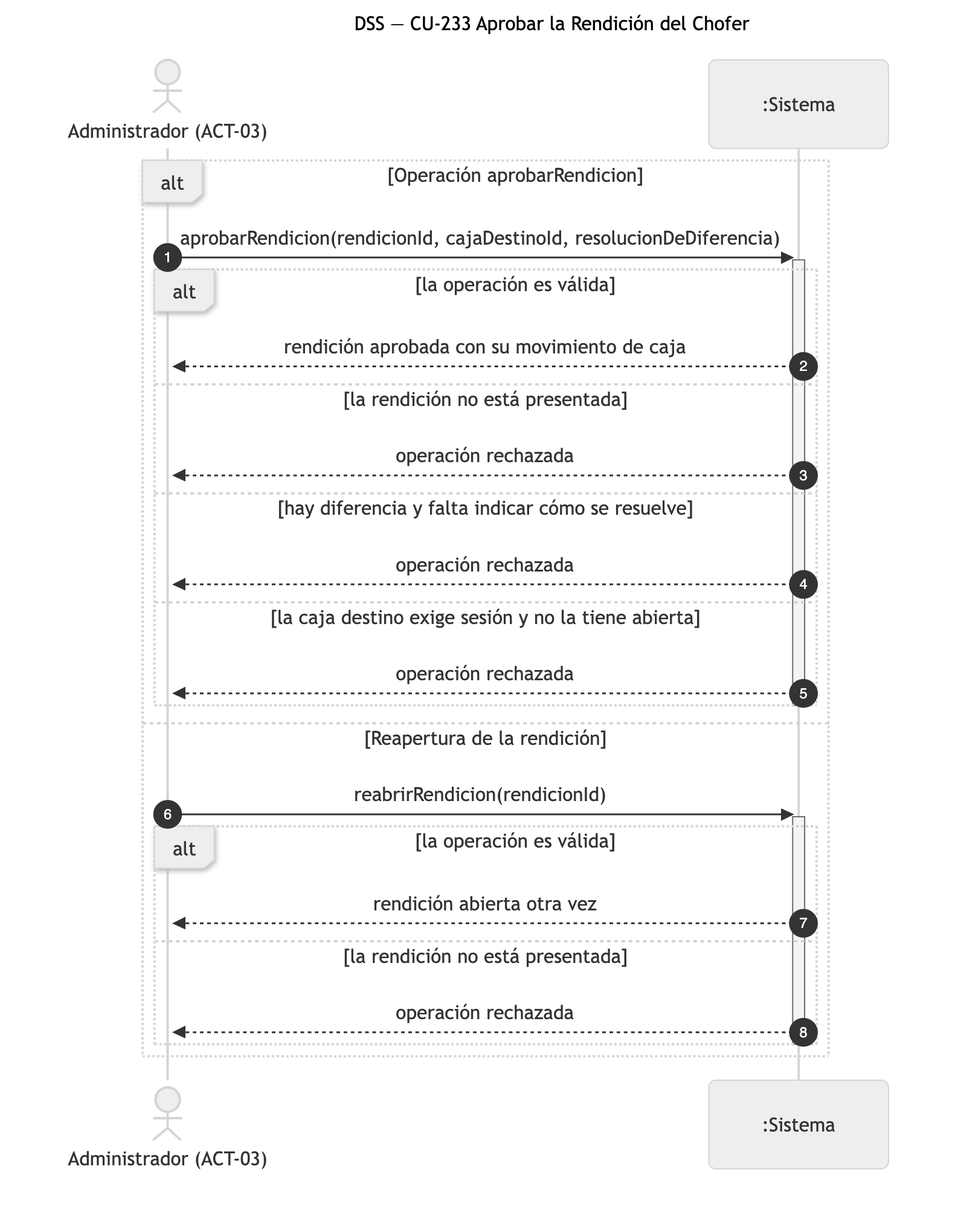
Earlier version of the Mermaid export diagramas/png/DSS_CU-233_Aprobar-la-Rendicion-del-Chofer.png (Nahuelito-Dev/splg-docs). Its source is kept beside it as diagramas/DSS_CU-233_Aprobar-la-Rendicion-del-Chofer.mmd.
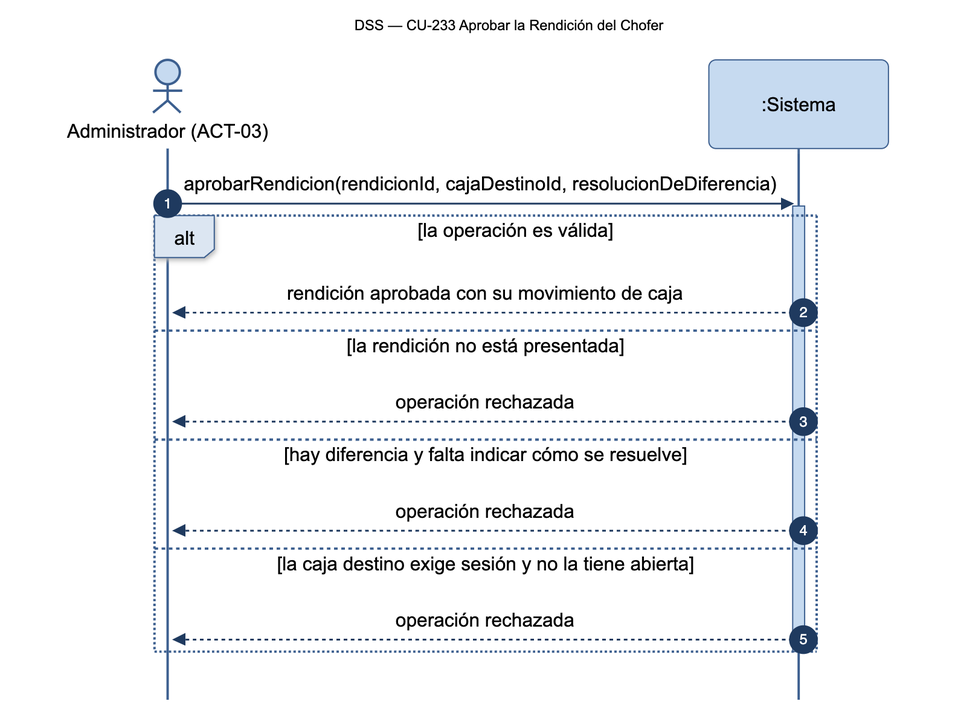
Later version of the same file.

Change to the diagram source:
```diff
@@ -4,26 +4,15 @@
     actor ADM as Administrador (ACT-03)
     participant SIS as :Sistema
 
-    alt Operación aprobarRendicion
-        ADM->>SIS: aprobarRendicion(rendicionId, cajaDestinoId, resolucionDeDiferencia)
-        activate SIS
-        alt la operación es válida
-            SIS-->>ADM: rendición aprobada con su movimiento de caja
-        else la rendición no está presentada
-            SIS-->>ADM: operación rechazada
-        else hay diferencia y falta indicar cómo se resuelve
-            SIS-->>ADM: operación rechazada
-        else la caja destino exige sesión y no la tiene abierta
-            SIS-->>ADM: operación rechazada
-        end
-        deactivate SIS
-    else Reapertura de la rendición
-        ADM->>SIS: reabrirRendicion(rendicionId)
-        activate SIS
-        alt la operación es válida
-            SIS-->>ADM: rendición abierta otra vez
-        else la rendición no está presentada
-            SIS-->>ADM: operación rechazada
-        end
-        deactivate SIS
+    ADM->>SIS: aprobarRendicion(rendicionId, cajaDestinoId, resolucionDeDiferencia)
+    activate SIS
+    alt la operación es válida
+        SIS-->>ADM: rendición aprobada con su movimiento de caja
+    else la rendición no está presentada
+        SIS-->>ADM: operación rechazada
+    else hay diferencia y falta indicar cómo se resuelve
+        SIS-->>ADM: operación rechazada
+    else la caja destino exige sesión y no la tiene abierta
+        SIS-->>ADM: operación rechazada
     end
+    deactivate SIS
```
